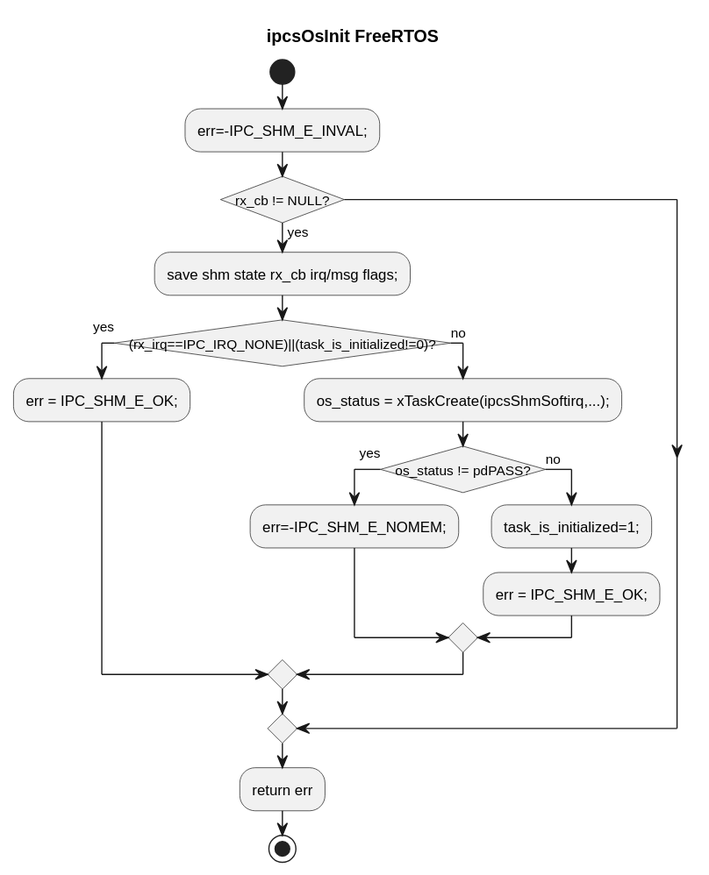
This is c1_sdd_linux-ipcs/cursor_tmp/flow_svgs/3_4_56.svg from Mastang1/sad_sdd_proj, a PlantUML export, as it was before one commit.
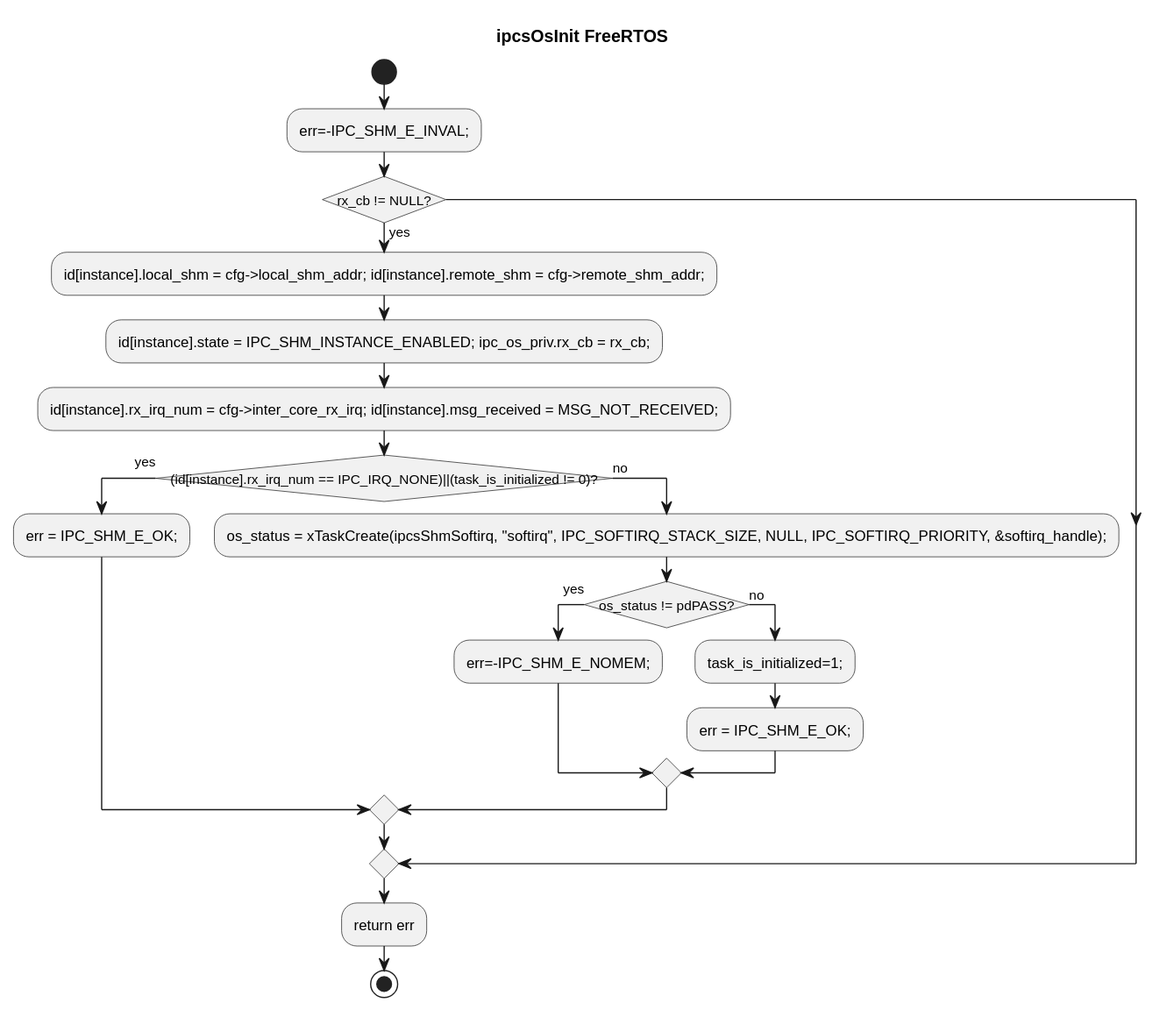
After the change.

The edit, as a diff of the source:
```diff
@@ -6,11 +6,13 @@
 start
 :err=-IPC_SHM_E_INVAL;;
 if (rx_cb != NULL?) then (yes)
-  :save shm state rx_cb irq/msg flags;;
-  if ((rx_irq==IPC_IRQ_NONE)||(task_is_initialized!=0)?) then (yes)
+  :id[instance].local_shm = cfg->local_shm_addr; id[instance].remote_shm = cfg->remote_shm_addr;;
+  :id[instance].state = IPC_SHM_INSTANCE_ENABLED; ipc_os_priv.rx_cb = rx_cb;;
+  :id[instance].rx_irq_num = cfg->inter_core_rx_irq; id[instance].msg_received = MSG_NOT_RECEIVED;;
+  if ((id[instance].rx_irq_num == IPC_IRQ_NONE)||(task_is_initialized != 0)?) then (yes)
     :err = IPC_SHM_E_OK;;
   else (no)
-    :os_status = xTaskCreate(ipcsShmSoftirq,...);;
+    :os_status = xTaskCreate(ipcsShmSoftirq, "softirq", IPC_SOFTIRQ_STACK_SIZE, NULL, IPC_SOFTIRQ_PRIORITY, &softirq_handle);;
     if (os_status != pdPASS?) then (yes)
       :err=-IPC_SHM_E_NOMEM;;
     else (no)
```
